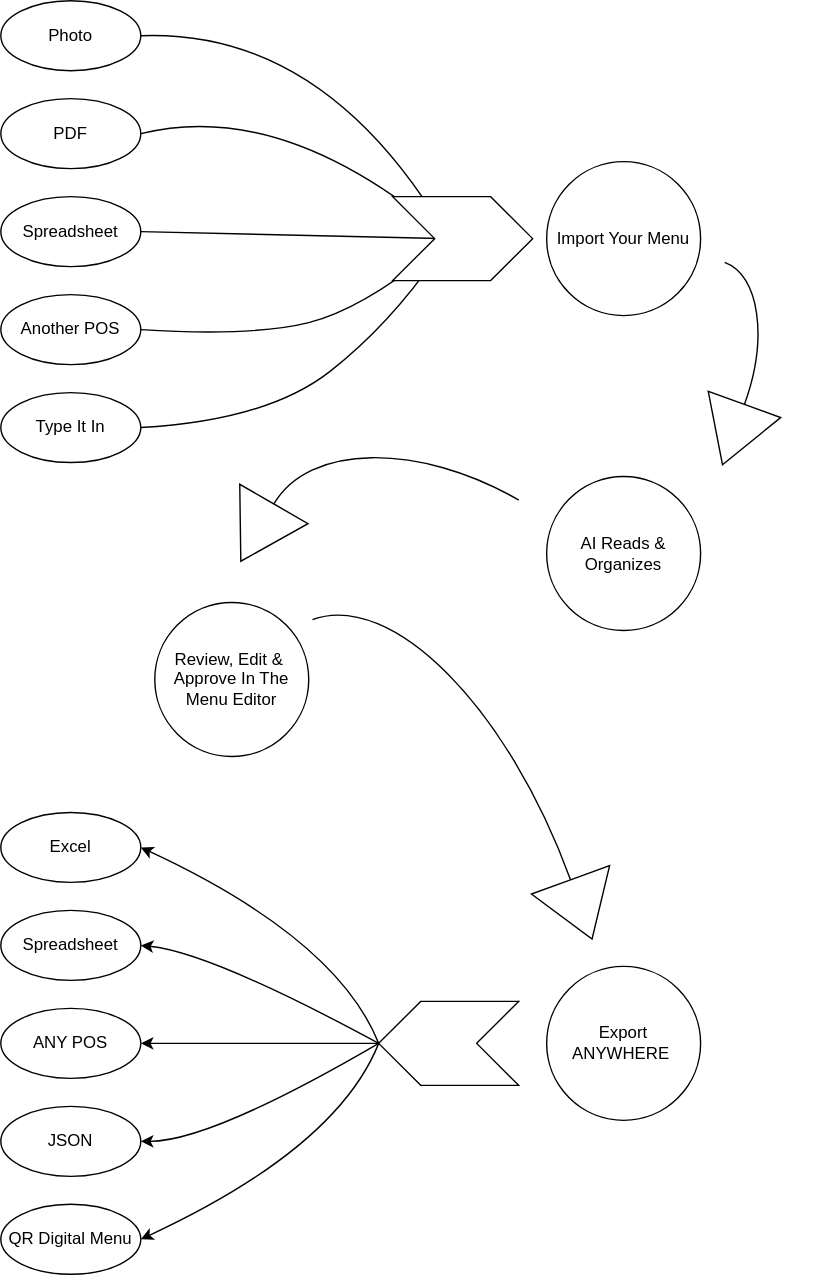
Earlier version of the draw.io export portal/static/flowchart_raw.svg (jarrodhurteau/ServLine). Source tidied: cells renumbered, new cells last; positions are measured from the earlier drawing's top-left corner, leaving out a move shared by most shapes. Source of this version:
```xml
<mxGraphModel>
  <root>
    <mxCell id="0" />
    <mxCell id="1" parent="0" />
    <mxCell id="2" value="Photo" style="ellipse;whiteSpace=wrap;html=1;" parent="1" vertex="1">
      <mxGeometry width="100" height="50" as="geometry" />
    </mxCell>
    <mxCell id="3" value="PDF" style="ellipse;whiteSpace=wrap;html=1;" parent="1" vertex="1">
      <mxGeometry y="70" width="100" height="50" as="geometry" />
    </mxCell>
    <mxCell id="4" value="Spreadsheet" style="ellipse;whiteSpace=wrap;html=1;" parent="1" vertex="1">
      <mxGeometry y="140" width="100" height="50" as="geometry" />
    </mxCell>
    <mxCell id="5" value="Another POS" style="ellipse;whiteSpace=wrap;html=1;" parent="1" vertex="1">
      <mxGeometry y="210" width="100" height="50" as="geometry" />
    </mxCell>
    <mxCell id="6" value="Type It In" style="ellipse;whiteSpace=wrap;html=1;" parent="1" vertex="1">
      <mxGeometry y="280" width="100" height="50" as="geometry" />
    </mxCell>
    <mxCell id="7" value="Import Your Menu" style="ellipse;whiteSpace=wrap;html=1;" parent="1" vertex="1">
      <mxGeometry x="390" y="115" width="110" height="110" as="geometry" />
    </mxCell>
    <mxCell id="8" style="curved=1;endArrow=classic;html=1;rounded=0;exitX=1;exitY=0.5;exitDx=0;exitDy=0;" parent="1" edge="1" source="6">
      <mxGeometry relative="1" as="geometry">
        <mxPoint x="320" y="170" as="targetPoint" />
        <Array as="points">
          <mxPoint x="190" y="300" />
          <mxPoint x="280" y="230" />
        </Array>
      </mxGeometry>
    </mxCell>
    <mxCell id="9" style="curved=1;endArrow=classic;html=1;rounded=0;exitX=1;exitY=0.5;exitDx=0;exitDy=0;" parent="1" edge="1" source="5">
      <mxGeometry relative="1" as="geometry">
        <mxPoint x="320" y="170" as="targetPoint" />
        <Array as="points">
          <mxPoint x="180" y="240" />
          <mxPoint x="260" y="220" />
        </Array>
      </mxGeometry>
    </mxCell>
    <mxCell id="10" style="curved=1;endArrow=classic;html=1;rounded=0;exitX=1;exitY=0.5;exitDx=0;exitDy=0;" parent="1" edge="1" source="4">
      <mxGeometry relative="1" as="geometry">
        <mxPoint x="320" y="170" as="targetPoint" />
      </mxGeometry>
    </mxCell>
    <mxCell id="11" style="curved=1;endArrow=classic;html=1;rounded=0;exitX=1;exitY=0.5;exitDx=0;exitDy=0;" parent="1" edge="1" source="3">
      <mxGeometry relative="1" as="geometry">
        <mxPoint x="320" y="170" as="targetPoint" />
        <Array as="points">
          <mxPoint x="200" y="70" />
        </Array>
      </mxGeometry>
    </mxCell>
    <mxCell id="12" style="curved=1;endArrow=classic;html=1;rounded=0;exitX=1;exitY=0.5;exitDx=0;exitDy=0;" parent="1" edge="1" source="2">
      <mxGeometry relative="1" as="geometry">
        <mxPoint x="320" y="170" as="targetPoint" />
        <Array as="points">
          <mxPoint x="230" y="20" />
        </Array>
      </mxGeometry>
    </mxCell>
    <mxCell id="13" style="html=1;shadow=0;dashed=0;align=center;verticalAlign=middle;shape=mxgraph.arrows2.arrow;dy=0;dx=30;notch=30;" parent="1" vertex="1">
      <mxGeometry x="280" y="140" width="100" height="60" as="geometry" />
    </mxCell>
    <mxCell id="14" style="html=1;shadow=0;dashed=0;align=center;verticalAlign=middle;shape=mxgraph.arrows2.jumpInArrow;dy=0;dx=45.82;arrowHead=55;direction=west;rotation=-70;" parent="1" vertex="1">
      <mxGeometry x="461.2" y="226.2" width="136.4" height="75.5" as="geometry" />
    </mxCell>
    <mxCell id="15" value="AI Reads &amp;amp; Organizes" style="ellipse;whiteSpace=wrap;html=1;" parent="1" vertex="1">
      <mxGeometry x="390" y="340" width="110" height="110" as="geometry" />
    </mxCell>
    <mxCell id="16" style="html=1;shadow=0;dashed=0;align=center;verticalAlign=middle;shape=mxgraph.arrows2.jumpInArrow;dy=0;dx=47.23;arrowHead=56.28;rotation=-60;flipH=1;legacyAnchorPoints=0;" parent="1" vertex="1">
      <mxGeometry x="190.1" y="282.4" width="137.1" height="178.3" as="geometry" />
    </mxCell>
    <mxCell id="17" value="Review, Edit &amp;amp;&amp;nbsp;&lt;div&gt;Approve In The Menu Editor&lt;/div&gt;" style="ellipse;whiteSpace=wrap;html=1;" parent="1" vertex="1">
      <mxGeometry x="110" y="430" width="110" height="110" as="geometry" />
    </mxCell>
    <mxCell id="18" style="html=1;shadow=0;dashed=0;align=center;verticalAlign=middle;shape=mxgraph.arrows2.jumpInArrow;dy=0;dx=44.98;arrowHead=59.45;rotation=70;" parent="1" vertex="1">
      <mxGeometry x="195.1" y="481.5" width="282.8" height="139.4" as="geometry" />
    </mxCell>
    <mxCell id="19" value="Export ANYWHERE&amp;nbsp;" style="ellipse;whiteSpace=wrap;html=1;" parent="1" vertex="1">
      <mxGeometry x="390" y="690" width="110" height="110" as="geometry" />
    </mxCell>
    <mxCell id="20" value="Excel" style="ellipse;whiteSpace=wrap;html=1;" parent="1" vertex="1">
      <mxGeometry y="580" width="100" height="50" as="geometry" />
    </mxCell>
    <mxCell id="21" value="Spreadsheet" style="ellipse;whiteSpace=wrap;html=1;" parent="1" vertex="1">
      <mxGeometry y="650" width="100" height="50" as="geometry" />
    </mxCell>
    <mxCell id="22" value="ANY POS" style="ellipse;whiteSpace=wrap;html=1;" parent="1" vertex="1">
      <mxGeometry y="720" width="100" height="50" as="geometry" />
    </mxCell>
    <mxCell id="23" value="JSON" style="ellipse;whiteSpace=wrap;html=1;" parent="1" vertex="1">
      <mxGeometry y="790" width="100" height="50" as="geometry" />
    </mxCell>
    <mxCell id="24" value="QR Digital Menu" style="ellipse;whiteSpace=wrap;html=1;" parent="1" vertex="1">
      <mxGeometry y="860" width="100" height="50" as="geometry" />
    </mxCell>
    <mxCell id="25" style="curved=1;endArrow=classic;html=1;rounded=0;exitX=1;exitY=0.5;exitDx=0;exitDy=0;exitPerimeter=0;entryX=1;entryY=0.5;entryDx=0;entryDy=0;" parent="1" edge="1" source="26" target="20">
      <mxGeometry relative="1" as="geometry">
        <Array as="points">
          <mxPoint x="240" y="670" />
        </Array>
      </mxGeometry>
    </mxCell>
    <mxCell id="26" style="html=1;shadow=0;dashed=0;align=center;verticalAlign=middle;shape=mxgraph.arrows2.arrow;dy=0;dx=30;notch=30;flipH=1;legacyAnchorPoints=0;" parent="1" vertex="1">
      <mxGeometry x="270" y="715" width="100" height="60" as="geometry" />
    </mxCell>
    <mxCell id="27" style="curved=1;endArrow=classic;html=1;rounded=0;entryX=1;entryY=0.5;entryDx=0;entryDy=0;exitX=1;exitY=0.5;exitDx=0;exitDy=0;exitPerimeter=0;" parent="1" edge="1" source="26" target="21">
      <mxGeometry relative="1" as="geometry">
        <Array as="points">
          <mxPoint x="150" y="680" />
        </Array>
      </mxGeometry>
    </mxCell>
    <mxCell id="28" style="curved=1;endArrow=classic;html=1;rounded=0;entryX=1;entryY=0.5;entryDx=0;entryDy=0;exitX=1;exitY=0.5;exitDx=0;exitDy=0;exitPerimeter=0;" parent="1" edge="1" source="26" target="22">
      <mxGeometry relative="1" as="geometry" />
    </mxCell>
    <mxCell id="29" style="curved=1;endArrow=classic;html=1;rounded=0;entryX=1;entryY=0.5;entryDx=0;entryDy=0;exitX=1;exitY=0.5;exitDx=0;exitDy=0;exitPerimeter=0;" parent="1" edge="1" source="26" target="23">
      <mxGeometry relative="1" as="geometry">
        <Array as="points">
          <mxPoint x="150" y="815" />
        </Array>
      </mxGeometry>
    </mxCell>
    <mxCell id="30" style="curved=1;endArrow=classic;html=1;rounded=0;exitX=1;exitY=0.5;exitDx=0;exitDy=0;exitPerimeter=0;entryX=1;entryY=0.5;entryDx=0;entryDy=0;" parent="1" edge="1">
      <mxGeometry relative="1" as="geometry">
        <mxPoint x="270" y="745" as="sourcePoint" />
        <mxPoint x="100" y="885" as="targetPoint" />
        <Array as="points">
          <mxPoint x="240" y="820" />
        </Array>
      </mxGeometry>
    </mxCell>
  </root>
</mxGraphModel>
```
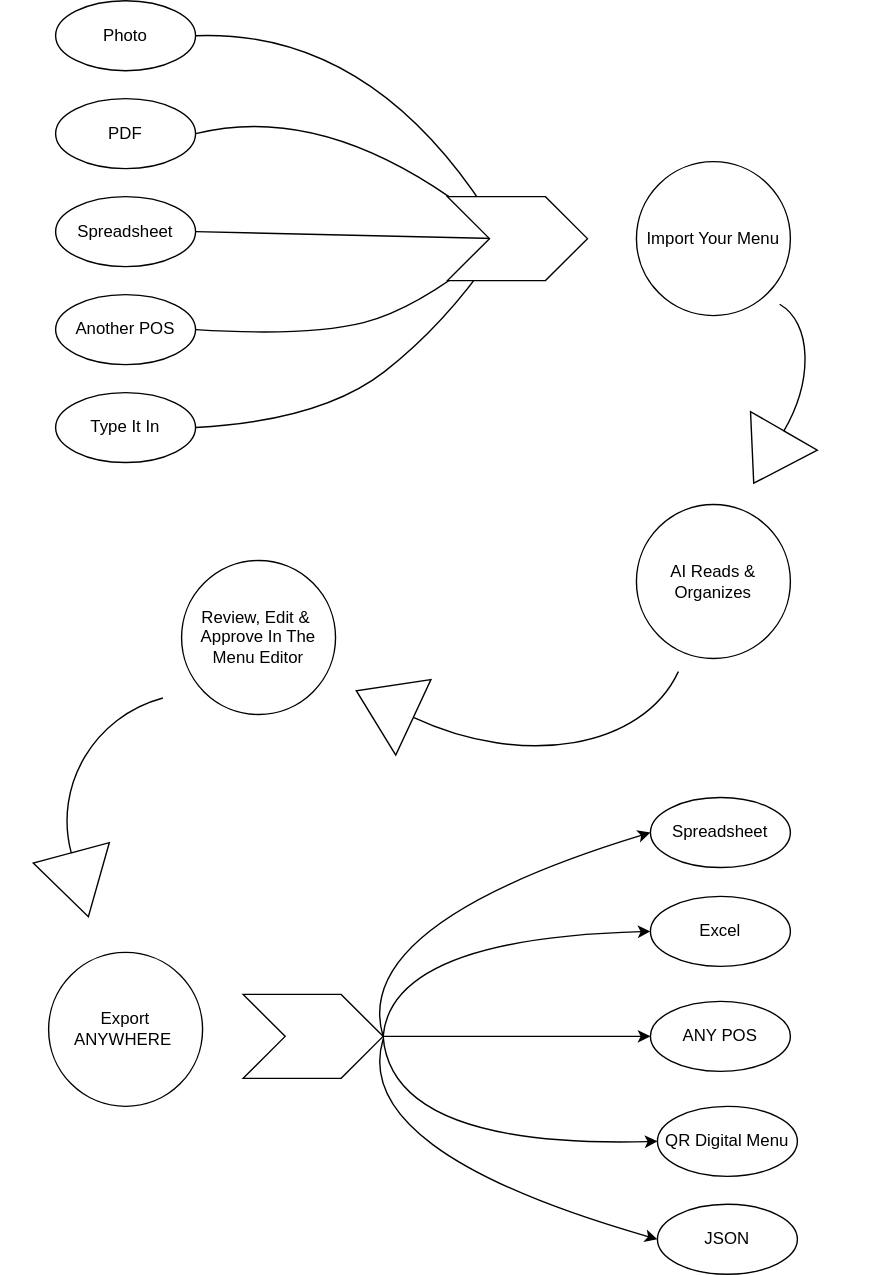
Later version of the same file.

Commit message:
Day 132: Landing page final — feature copy, flow diagram v2, badge styling

What changed in the source:
```diff
@@ -18,7 +18,7 @@
       <mxGeometry y="280" width="100" height="50" as="geometry" />
     </mxCell>
     <mxCell id="7" value="Import Your Menu" style="ellipse;whiteSpace=wrap;html=1;" parent="1" vertex="1">
-      <mxGeometry x="390" y="115" width="110" height="110" as="geometry" />
+      <mxGeometry x="415" y="115" width="110" height="110" as="geometry" />
     </mxCell>
     <mxCell id="8" style="curved=1;endArrow=classic;html=1;rounded=0;exitX=1;exitY=0.5;exitDx=0;exitDy=0;" parent="1" edge="1" source="6">
       <mxGeometry relative="1" as="geometry">
@@ -62,38 +62,38 @@
     <mxCell id="13" style="html=1;shadow=0;dashed=0;align=center;verticalAlign=middle;shape=mxgraph.arrows2.arrow;dy=0;dx=30;notch=30;" parent="1" vertex="1">
       <mxGeometry x="280" y="140" width="100" height="60" as="geometry" />
     </mxCell>
-    <mxCell id="14" style="html=1;shadow=0;dashed=0;align=center;verticalAlign=middle;shape=mxgraph.arrows2.jumpInArrow;dy=0;dx=45.82;arrowHead=55;direction=west;rotation=-70;" parent="1" vertex="1">
-      <mxGeometry x="461.2" y="226.2" width="136.4" height="75.5" as="geometry" />
+    <mxCell id="14" style="html=1;shadow=0;dashed=0;align=center;verticalAlign=middle;shape=mxgraph.arrows2.jumpInArrow;dy=0;dx=43.17;arrowHead=55.12;direction=west;rotation=-60;" parent="1" vertex="1">
+      <mxGeometry x="460" y="250" width="120" height="75.5" as="geometry" />
     </mxCell>
     <mxCell id="15" value="AI Reads &amp;amp; Organizes" style="ellipse;whiteSpace=wrap;html=1;" parent="1" vertex="1">
-      <mxGeometry x="390" y="340" width="110" height="110" as="geometry" />
+      <mxGeometry x="415" y="360" width="110" height="110" as="geometry" />
     </mxCell>
-    <mxCell id="16" style="html=1;shadow=0;dashed=0;align=center;verticalAlign=middle;shape=mxgraph.arrows2.jumpInArrow;dy=0;dx=47.23;arrowHead=56.28;rotation=-60;flipH=1;legacyAnchorPoints=0;" parent="1" vertex="1">
-      <mxGeometry x="190.1" y="282.4" width="137.1" height="178.3" as="geometry" />
+    <mxCell id="16" style="html=1;shadow=0;dashed=0;align=center;verticalAlign=middle;shape=mxgraph.arrows2.jumpInArrow;dy=0;dx=47.23;arrowHead=56.28;rotation=-105;flipH=1;legacyAnchorPoints=0;" parent="1" vertex="1">
+      <mxGeometry x="-32.1" y="520" width="137.1" height="120" as="geometry" />
     </mxCell>
     <mxCell id="17" value="Review, Edit &amp;amp;&amp;nbsp;&lt;div&gt;Approve In The Menu Editor&lt;/div&gt;" style="ellipse;whiteSpace=wrap;html=1;" parent="1" vertex="1">
-      <mxGeometry x="110" y="430" width="110" height="110" as="geometry" />
+      <mxGeometry x="90" y="400" width="110" height="110" as="geometry" />
     </mxCell>
-    <mxCell id="18" style="html=1;shadow=0;dashed=0;align=center;verticalAlign=middle;shape=mxgraph.arrows2.jumpInArrow;dy=0;dx=44.98;arrowHead=59.45;rotation=70;" parent="1" vertex="1">
-      <mxGeometry x="195.1" y="481.5" width="282.8" height="139.4" as="geometry" />
+    <mxCell id="18" style="html=1;shadow=0;dashed=0;align=center;verticalAlign=middle;shape=mxgraph.arrows2.jumpInArrow;dy=0;dx=44.98;arrowHead=59.45;rotation=-155;" parent="1" vertex="1">
+      <mxGeometry x="222.2" y="430" width="202.8" height="139.4" as="geometry" />
     </mxCell>
     <mxCell id="19" value="Export ANYWHERE&amp;nbsp;" style="ellipse;whiteSpace=wrap;html=1;" parent="1" vertex="1">
-      <mxGeometry x="390" y="690" width="110" height="110" as="geometry" />
+      <mxGeometry x="-5" y="680" width="110" height="110" as="geometry" />
     </mxCell>
-    <mxCell id="20" value="Excel" style="ellipse;whiteSpace=wrap;html=1;" parent="1" vertex="1">
-      <mxGeometry y="580" width="100" height="50" as="geometry" />
+    <mxCell id="20" value="Excel" style="ellipse;whiteSpace=wrap;html=1;flipH=1;legacyAnchorPoints=0;" parent="1" vertex="1">
+      <mxGeometry x="425" y="640" width="100" height="50" as="geometry" />
     </mxCell>
-    <mxCell id="21" value="Spreadsheet" style="ellipse;whiteSpace=wrap;html=1;" parent="1" vertex="1">
-      <mxGeometry y="650" width="100" height="50" as="geometry" />
+    <mxCell id="21" value="Spreadsheet" style="ellipse;whiteSpace=wrap;html=1;flipH=1;legacyAnchorPoints=0;" parent="1" vertex="1">
+      <mxGeometry x="425" y="569.4" width="100" height="50" as="geometry" />
     </mxCell>
-    <mxCell id="22" value="ANY POS" style="ellipse;whiteSpace=wrap;html=1;" parent="1" vertex="1">
-      <mxGeometry y="720" width="100" height="50" as="geometry" />
+    <mxCell id="22" value="ANY POS" style="ellipse;whiteSpace=wrap;html=1;flipH=1;legacyAnchorPoints=0;" parent="1" vertex="1">
+      <mxGeometry x="425" y="715" width="100" height="50" as="geometry" />
     </mxCell>
-    <mxCell id="23" value="JSON" style="ellipse;whiteSpace=wrap;html=1;" parent="1" vertex="1">
-      <mxGeometry y="790" width="100" height="50" as="geometry" />
+    <mxCell id="23" value="JSON" style="ellipse;whiteSpace=wrap;html=1;flipH=1;legacyAnchorPoints=0;" parent="1" vertex="1">
+      <mxGeometry x="430" y="860" width="100" height="50" as="geometry" />
     </mxCell>
-    <mxCell id="24" value="QR Digital Menu" style="ellipse;whiteSpace=wrap;html=1;" parent="1" vertex="1">
-      <mxGeometry y="860" width="100" height="50" as="geometry" />
+    <mxCell id="24" value="QR Digital Menu" style="ellipse;whiteSpace=wrap;html=1;flipH=1;legacyAnchorPoints=0;" parent="1" vertex="1">
+      <mxGeometry x="430" y="790" width="100" height="50" as="geometry" />
     </mxCell>
     <mxCell id="25" style="curved=1;endArrow=classic;html=1;rounded=0;exitX=1;exitY=0.5;exitDx=0;exitDy=0;exitPerimeter=0;entryX=1;entryY=0.5;entryDx=0;entryDy=0;" parent="1" edge="1" source="26" target="20">
       <mxGeometry relative="1" as="geometry">
@@ -102,34 +102,33 @@
         </Array>
       </mxGeometry>
     </mxCell>
-    <mxCell id="26" style="html=1;shadow=0;dashed=0;align=center;verticalAlign=middle;shape=mxgraph.arrows2.arrow;dy=0;dx=30;notch=30;flipH=1;legacyAnchorPoints=0;" parent="1" vertex="1">
-      <mxGeometry x="270" y="715" width="100" height="60" as="geometry" />
+    <mxCell id="26" style="html=1;shadow=0;dashed=0;align=center;verticalAlign=middle;shape=mxgraph.arrows2.arrow;dy=0;dx=30;notch=30;flipH=0;legacyAnchorPoints=0;" parent="1" vertex="1">
+      <mxGeometry x="134" y="710" width="100" height="60" as="geometry" />
     </mxCell>
     <mxCell id="27" style="curved=1;endArrow=classic;html=1;rounded=0;entryX=1;entryY=0.5;entryDx=0;entryDy=0;exitX=1;exitY=0.5;exitDx=0;exitDy=0;exitPerimeter=0;" parent="1" edge="1" source="26" target="21">
       <mxGeometry relative="1" as="geometry">
         <Array as="points">
-          <mxPoint x="150" y="680" />
+          <mxPoint x="210" y="660" />
         </Array>
       </mxGeometry>
     </mxCell>
     <mxCell id="28" style="curved=1;endArrow=classic;html=1;rounded=0;entryX=1;entryY=0.5;entryDx=0;entryDy=0;exitX=1;exitY=0.5;exitDx=0;exitDy=0;exitPerimeter=0;" parent="1" edge="1" source="26" target="22">
       <mxGeometry relative="1" as="geometry" />
     </mxCell>
-    <mxCell id="29" style="curved=1;endArrow=classic;html=1;rounded=0;entryX=1;entryY=0.5;entryDx=0;entryDy=0;exitX=1;exitY=0.5;exitDx=0;exitDy=0;exitPerimeter=0;" parent="1" edge="1" source="26" target="23">
-      <mxGeometry relative="1" as="geometry">
-        <Array as="points">
-          <mxPoint x="150" y="815" />
-        </Array>
-      </mxGeometry>
-    </mxCell>
-    <mxCell id="30" style="curved=1;endArrow=classic;html=1;rounded=0;exitX=1;exitY=0.5;exitDx=0;exitDy=0;exitPerimeter=0;entryX=1;entryY=0.5;entryDx=0;entryDy=0;" parent="1" edge="1">
+    <mxCell id="30" style="curved=1;endArrow=classic;html=1;rounded=0;entryX=1;entryY=0.5;entryDx=0;entryDy=0;exitX=1;exitY=0.5;exitDx=0;exitDy=0;exitPerimeter=0;" parent="1" edge="1" source="26" target="24">
       <mxGeometry relative="1" as="geometry">
-        <mxPoint x="270" y="745" as="sourcePoint" />
-        <mxPoint x="100" y="885" as="targetPoint" />
         <Array as="points">
           <mxPoint x="240" y="820" />
         </Array>
       </mxGeometry>
     </mxCell>
+    <mxCell id="31" style="curved=1;endArrow=classic;html=1;rounded=0;entryX=1;entryY=0.5;entryDx=0;entryDy=0;exitX=1;exitY=0.5;exitDx=0;exitDy=0;exitPerimeter=0;" parent="1" edge="1" target="23">
+      <mxGeometry relative="1" as="geometry">
+        <mxPoint x="234" y="742" as="sourcePoint" />
+        <Array as="points">
+          <mxPoint x="210" y="822" />
+        </Array>
+      </mxGeometry>
+    </mxCell>
   </root>
 </mxGraphModel>
```
